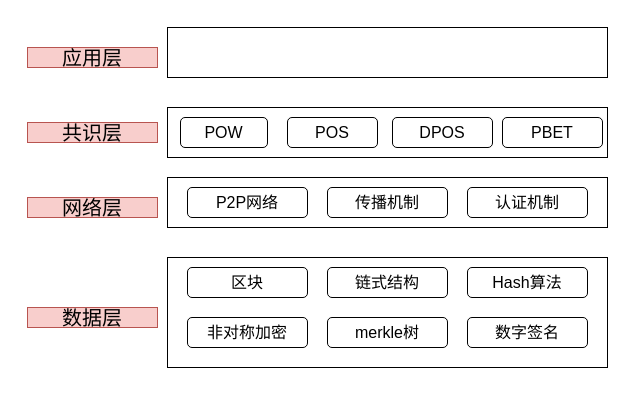
shirdey/Document keeps this draw.io diagram as blockchain.drawio. Above is the earlier version. Source tidied: cells renumbered, new cells numbered last; positions are measured from the earlier drawing's top-left corner, leaving out a move shared by most shapes. Both pictures are drawn from the tidied source at 100%, with x=0, y=0 at pixel (27, 27).
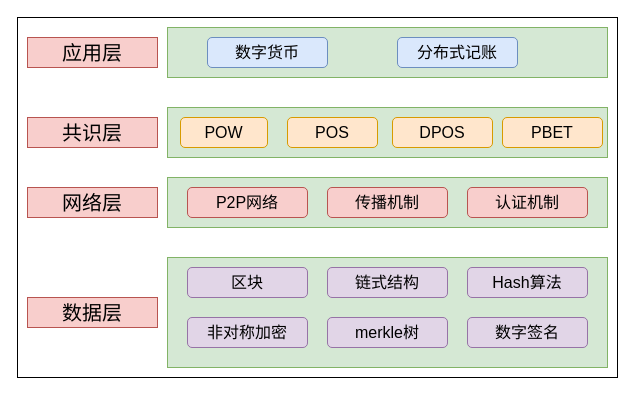
The same diagram, later.

What changed in the source:
```diff
@@
+    <mxCell id="23" style="rounded=0;whiteSpace=wrap;html=1;fontSize=16;align=center;" parent="1" vertex="1">
+      <mxGeometry x="-10" y="-10" width="600" height="360" as="geometry" />
+    </mxCell>
-    <mxCell id="2" style="rounded=0;whiteSpace=wrap;html=1;" parent="1" vertex="1">
+    <mxCell id="2" style="rounded=0;whiteSpace=wrap;html=1;fillColor=#d5e8d4;strokeColor=#82b366;" parent="1" vertex="1">
       <mxGeometry x="140" width="440" height="50" as="geometry" />
     </mxCell>
-    <mxCell id="3" style="rounded=0;whiteSpace=wrap;html=1;" parent="1" vertex="1">
+    <mxCell id="3" style="rounded=0;whiteSpace=wrap;html=1;fillColor=#d5e8d4;strokeColor=#82b366;" parent="1" vertex="1">
       <mxGeometry x="140" y="80" width="440" height="50" as="geometry" />
     </mxCell>
-    <mxCell id="4" style="rounded=0;whiteSpace=wrap;html=1;" parent="1" vertex="1">
+    <mxCell id="4" style="rounded=0;whiteSpace=wrap;html=1;fillColor=#d5e8d4;strokeColor=#82b366;" parent="1" vertex="1">
       <mxGeometry x="140" y="150" width="440" height="50" as="geometry" />
     </mxCell>
-    <mxCell id="5" style="rounded=0;whiteSpace=wrap;html=1;" parent="1" vertex="1">
+    <mxCell id="5" style="rounded=0;whiteSpace=wrap;html=1;fillColor=#d5e8d4;strokeColor=#82b366;" parent="1" vertex="1">
       <mxGeometry x="140" y="230" width="440" height="110" as="geometry" />
     </mxCell>
-    <mxCell id="6" value="区块" style="rounded=1;whiteSpace=wrap;html=1;align=center;fontSize=16;" parent="1" vertex="1">
+    <mxCell id="6" value="区块" style="rounded=1;whiteSpace=wrap;html=1;align=center;fontSize=16;fillColor=#e1d5e7;strokeColor=#9673a6;" parent="1" vertex="1">
       <mxGeometry x="160" y="240" width="120" height="30" as="geometry" />
     </mxCell>
-    <mxCell id="7" value="链式结构" style="rounded=1;whiteSpace=wrap;html=1;align=center;fontSize=16;" parent="1" vertex="1">
+    <mxCell id="7" value="链式结构" style="rounded=1;whiteSpace=wrap;html=1;align=center;fontSize=16;fillColor=#e1d5e7;strokeColor=#9673a6;" parent="1" vertex="1">
       <mxGeometry x="300" y="240" width="120" height="30" as="geometry" />
     </mxCell>
-    <mxCell id="8" value="Hash算法" style="rounded=1;whiteSpace=wrap;html=1;align=center;fontSize=16;" parent="1" vertex="1">
+    <mxCell id="8" value="Hash算法" style="rounded=1;whiteSpace=wrap;html=1;align=center;fontSize=16;fillColor=#e1d5e7;strokeColor=#9673a6;" parent="1" vertex="1">
       <mxGeometry x="440" y="240" width="120" height="30" as="geometry" />
     </mxCell>
-    <mxCell id="9" value="非对称加密" style="rounded=1;whiteSpace=wrap;html=1;align=center;fontSize=16;" parent="1" vertex="1">
+    <mxCell id="9" value="非对称加密" style="rounded=1;whiteSpace=wrap;html=1;align=center;fontSize=16;fillColor=#e1d5e7;strokeColor=#9673a6;" parent="1" vertex="1">
       <mxGeometry x="160" y="290" width="120" height="30" as="geometry" />
     </mxCell>
-    <mxCell id="10" value="merkle树" style="rounded=1;whiteSpace=wrap;html=1;align=center;fontSize=16;" parent="1" vertex="1">
+    <mxCell id="10" value="merkle树" style="rounded=1;whiteSpace=wrap;html=1;align=center;fontSize=16;fillColor=#e1d5e7;strokeColor=#9673a6;" parent="1" vertex="1">
       <mxGeometry x="300" y="290" width="120" height="30" as="geometry" />
     </mxCell>
-    <mxCell id="11" value="数字签名" style="rounded=1;whiteSpace=wrap;html=1;align=center;fontSize=16;" parent="1" vertex="1">
+    <mxCell id="11" value="数字签名" style="rounded=1;whiteSpace=wrap;html=1;align=center;fontSize=16;fillColor=#e1d5e7;strokeColor=#9673a6;" parent="1" vertex="1">
       <mxGeometry x="440" y="290" width="120" height="30" as="geometry" />
     </mxCell>
-    <mxCell id="12" value="POW" style="rounded=1;whiteSpace=wrap;html=1;align=center;fontSize=16;" parent="1" vertex="1">
+    <mxCell id="12" value="POW" style="rounded=1;whiteSpace=wrap;html=1;align=center;fontSize=16;fillColor=#ffe6cc;strokeColor=#d79b00;" parent="1" vertex="1">
       <mxGeometry x="153" y="90" width="87" height="30" as="geometry" />
     </mxCell>
-    <mxCell id="13" value="POS" style="rounded=1;whiteSpace=wrap;html=1;align=center;fontSize=16;" parent="1" vertex="1">
+    <mxCell id="13" value="POS" style="rounded=1;whiteSpace=wrap;html=1;align=center;fontSize=16;fillColor=#ffe6cc;strokeColor=#d79b00;" parent="1" vertex="1">
       <mxGeometry x="260" y="90" width="90" height="30" as="geometry" />
     </mxCell>
-    <mxCell id="14" value="DPOS" style="rounded=1;whiteSpace=wrap;html=1;align=center;fontSize=16;" parent="1" vertex="1">
+    <mxCell id="14" value="DPOS" style="rounded=1;whiteSpace=wrap;html=1;align=center;fontSize=16;fillColor=#ffe6cc;strokeColor=#d79b00;" parent="1" vertex="1">
       <mxGeometry x="365" y="90" width="100" height="30" as="geometry" />
     </mxCell>
     <mxCell id="15" value="数据层" style="text;html=1;strokeColor=#b85450;fillColor=#f8cecc;align=center;verticalAlign=middle;whiteSpace=wrap;rounded=0;fontSize=20;" parent="1" vertex="1">
-      <mxGeometry y="280" width="130" height="20" as="geometry" />
+      <mxGeometry y="270" width="130" height="30" as="geometry" />
     </mxCell>
     <mxCell id="16" value="网络层" style="text;html=1;strokeColor=#b85450;fillColor=#f8cecc;align=center;verticalAlign=middle;whiteSpace=wrap;rounded=0;fontSize=20;" parent="1" vertex="1">
-      <mxGeometry y="170" width="130" height="20" as="geometry" />
+      <mxGeometry y="160" width="130" height="30" as="geometry" />
     </mxCell>
     <mxCell id="17" value="共识层" style="text;html=1;strokeColor=#b85450;fillColor=#f8cecc;align=center;verticalAlign=middle;whiteSpace=wrap;rounded=0;fontSize=20;" parent="1" vertex="1">
-      <mxGeometry y="95" width="130" height="20" as="geometry" />
+      <mxGeometry y="90" width="130" height="30" as="geometry" />
     </mxCell>
     <mxCell id="18" value="应用层" style="text;html=1;strokeColor=#b85450;fillColor=#f8cecc;align=center;verticalAlign=middle;whiteSpace=wrap;rounded=0;fontSize=20;" parent="1" vertex="1">
-      <mxGeometry y="20" width="130" height="20" as="geometry" />
+      <mxGeometry y="10" width="130" height="30" as="geometry" />
     </mxCell>
-    <mxCell id="19" value="PBET" style="rounded=1;whiteSpace=wrap;html=1;align=center;fontSize=16;" parent="1" vertex="1">
+    <mxCell id="19" value="PBET" style="rounded=1;whiteSpace=wrap;html=1;align=center;fontSize=16;fillColor=#ffe6cc;strokeColor=#d79b00;" parent="1" vertex="1">
       <mxGeometry x="475" y="90" width="100" height="30" as="geometry" />
     </mxCell>
-    <mxCell id="20" value="P2P网络" style="rounded=1;whiteSpace=wrap;html=1;align=center;fontSize=16;" parent="1" vertex="1">
+    <mxCell id="20" value="P2P网络" style="rounded=1;whiteSpace=wrap;html=1;align=center;fontSize=16;fillColor=#f8cecc;strokeColor=#b85450;" parent="1" vertex="1">
       <mxGeometry x="160" y="160" width="120" height="30" as="geometry" />
     </mxCell>
-    <mxCell id="21" value="传播机制" style="rounded=1;whiteSpace=wrap;html=1;align=center;fontSize=16;" parent="1" vertex="1">
+    <mxCell id="21" value="传播机制" style="rounded=1;whiteSpace=wrap;html=1;align=center;fontSize=16;fillColor=#f8cecc;strokeColor=#b85450;" parent="1" vertex="1">
       <mxGeometry x="300" y="160" width="120" height="30" as="geometry" />
     </mxCell>
-    <mxCell id="22" value="认证机制" style="rounded=1;whiteSpace=wrap;html=1;align=center;fontSize=16;" parent="1" vertex="1">
+    <mxCell id="22" value="认证机制" style="rounded=1;whiteSpace=wrap;html=1;align=center;fontSize=16;fillColor=#f8cecc;strokeColor=#b85450;" parent="1" vertex="1">
       <mxGeometry x="440" y="160" width="120" height="30" as="geometry" />
     </mxCell>
+    <mxCell id="24" value="数字货币" style="rounded=1;whiteSpace=wrap;html=1;align=center;fontSize=16;fillColor=#dae8fc;strokeColor=#6c8ebf;" parent="1" vertex="1">
+      <mxGeometry x="180" y="10" width="120" height="30" as="geometry" />
+    </mxCell>
+    <mxCell id="25" value="分布式记账" style="rounded=1;whiteSpace=wrap;html=1;align=center;fontSize=16;fillColor=#dae8fc;strokeColor=#6c8ebf;" parent="1" vertex="1">
+      <mxGeometry x="370" y="10" width="120" height="30" as="geometry" />
+    </mxCell>
```
